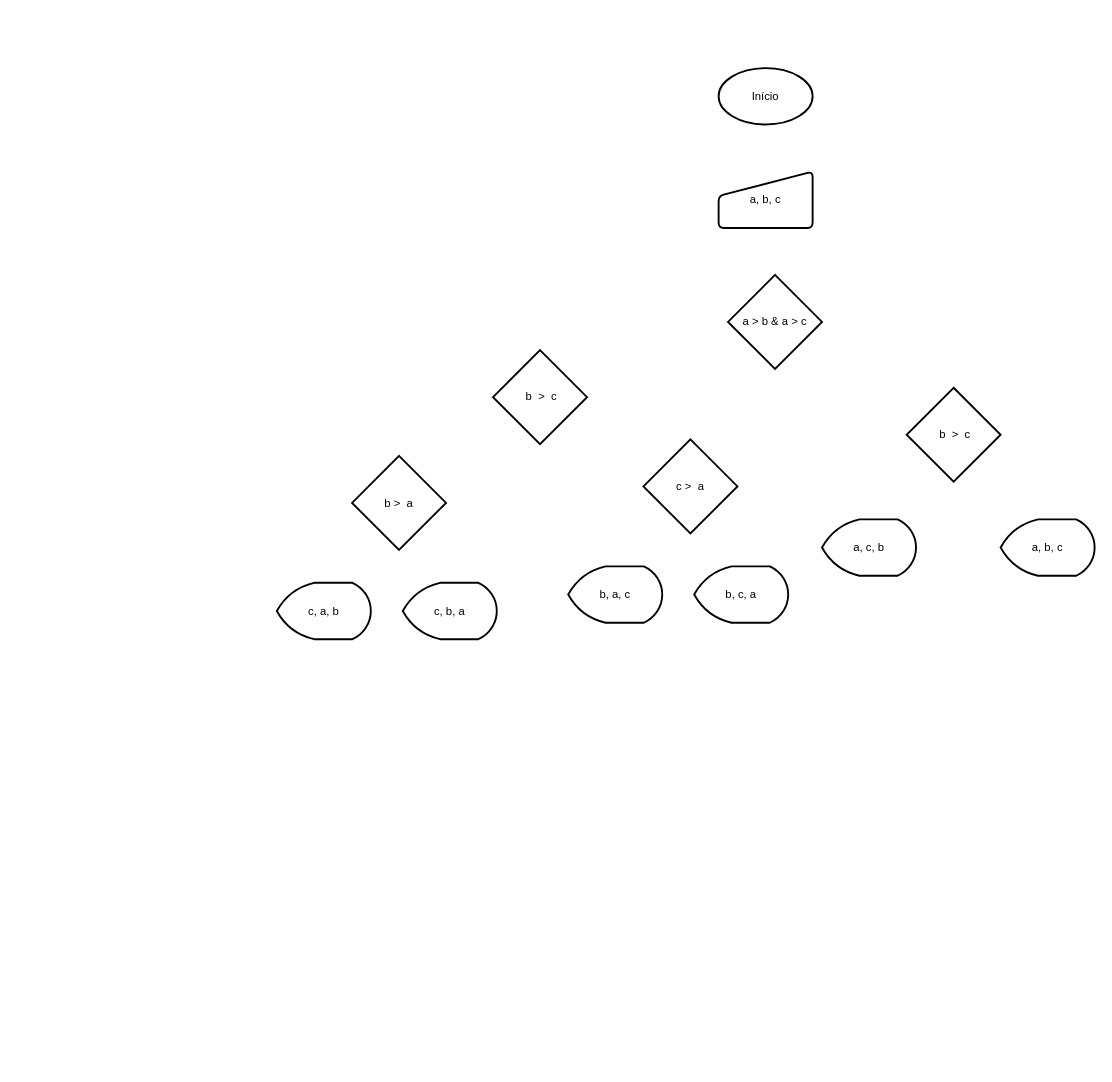
The draw.io diagram OrdenaçãoSimples.drawio in MarczalTSIGP/TSI31C-Flowcharts, before the edit. Source tidied: cells renumbered, new cells numbered last; positions are measured from the earlier drawing's top-left corner, leaving out a move shared by most shapes. Both pictures are drawn from the tidied source at 94%, with x=0, y=0 at pixel (276, 68).
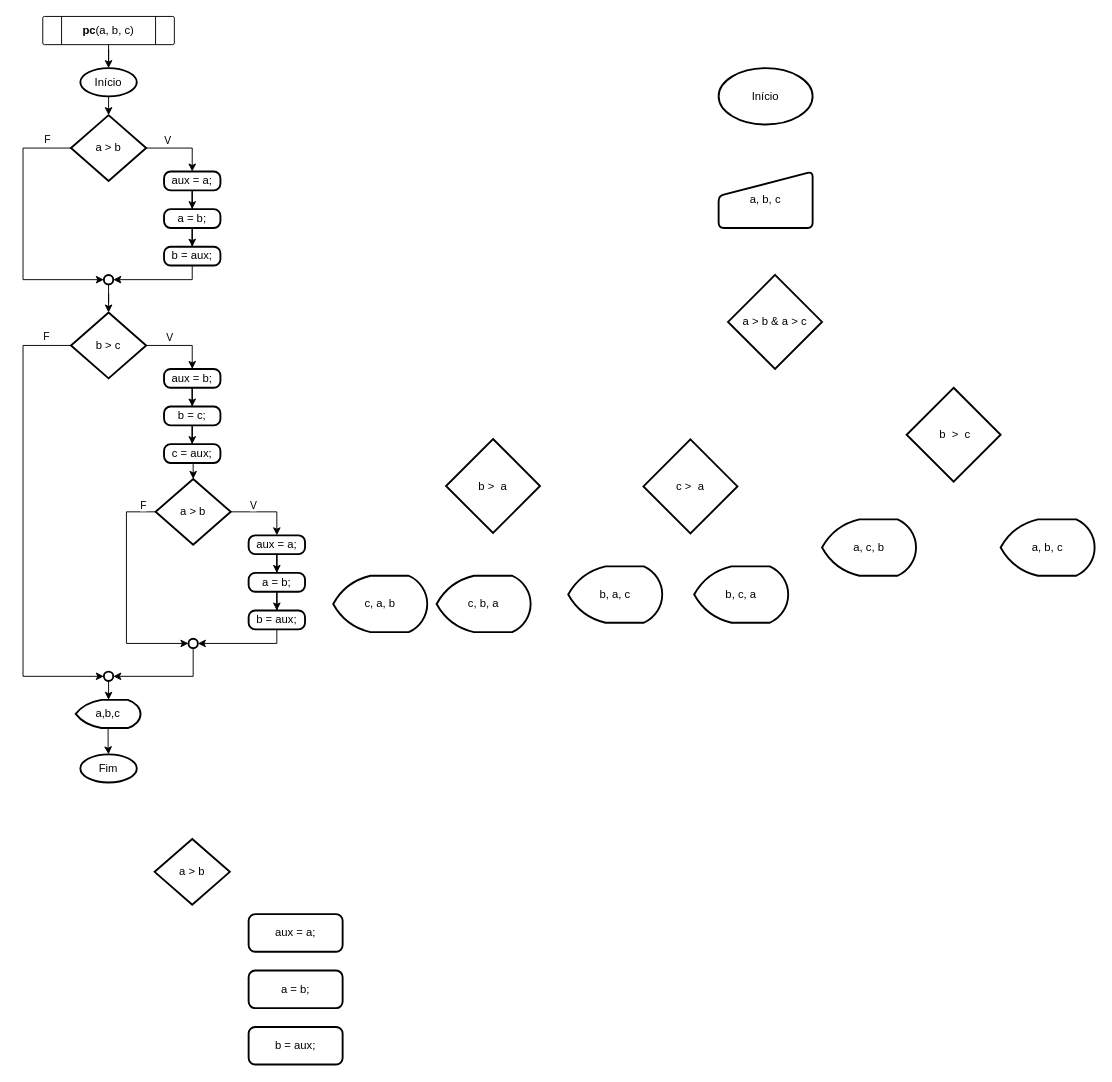
After the change.

The edit, as a diff of the source:
```diff
@@
+    <mxCell id="15" style="edgeStyle=orthogonalEdgeStyle;rounded=0;jettySize=auto;html=1;exitX=1;exitY=0.5;exitDx=0;exitDy=0;exitPerimeter=0;" parent="1" edge="1" source="8" target="25">
+      <mxGeometry relative="1" as="geometry">
+        <Array as="points">
+          <mxPoint x="-90" y="85" />
+        </Array>
+      </mxGeometry>
+    </mxCell>
+    <mxCell id="16" value="V" style="edgeLabel;html=1;align=center;verticalAlign=middle;" parent="15" vertex="1">
+      <mxGeometry x="-0.4" y="3" relative="1" as="geometry">
+        <mxPoint y="-6" as="offset" />
+      </mxGeometry>
+    </mxCell>
+    <mxCell id="17" style="edgeStyle=orthogonalEdgeStyle;rounded=0;jettySize=auto;html=1;entryX=0;entryY=0.5;entryDx=0;entryDy=0;entryPerimeter=0;" parent="1" edge="1" source="8" target="35">
+      <mxGeometry relative="1" as="geometry">
+        <Array as="points">
+          <mxPoint x="-270" y="85" />
+          <mxPoint x="-270" y="225" />
+        </Array>
+      </mxGeometry>
+    </mxCell>
+    <mxCell id="18" value="F" style="edgeLabel;html=1;align=center;verticalAlign=middle;" parent="17" vertex="1">
+      <mxGeometry x="-0.81" y="-3" relative="1" as="geometry">
+        <mxPoint y="-7" as="offset" />
+      </mxGeometry>
+    </mxCell>
-    <mxCell id="8" value="&amp;nbsp;b&amp;nbsp; &amp;gt;&amp;nbsp; c" style="strokeWidth=2;html=1;shape=mxgraph.flowchart.decision;whiteSpace=wrap;" parent="1" vertex="1">
-      <mxGeometry x="230" y="300" width="100" height="100" as="geometry" />
+    <mxCell id="8" value="a &amp;gt; b" style="strokeWidth=2;html=1;shape=mxgraph.flowchart.decision;whiteSpace=wrap;" parent="1" vertex="1">
+      <mxGeometry x="-219" y="50" width="80" height="70" as="geometry" />
     </mxCell>
@@
     <mxCell id="12" value="b &amp;gt;&amp;nbsp; a" style="strokeWidth=2;html=1;shape=mxgraph.flowchart.decision;whiteSpace=wrap;" parent="1" vertex="1">
-      <mxGeometry x="80" y="412.5" width="100" height="100" as="geometry" />
+      <mxGeometry x="180" y="394.5" width="100" height="100" as="geometry" />
     </mxCell>
     <mxCell id="13" value="c, a, b" style="strokeWidth=2;html=1;shape=mxgraph.flowchart.display;whiteSpace=wrap;" parent="1" vertex="1">
-      <mxGeometry y="547.5" width="100" height="60" as="geometry" />
+      <mxGeometry x="60" y="540" width="100" height="60" as="geometry" />
     </mxCell>
     <mxCell id="14" value="c, b, a" style="strokeWidth=2;html=1;shape=mxgraph.flowchart.display;whiteSpace=wrap;" parent="1" vertex="1">
-      <mxGeometry x="134" y="547.5" width="100" height="60" as="geometry" />
+      <mxGeometry x="170" y="540" width="100" height="60" as="geometry" />
     </mxCell>
+    <mxCell id="19" style="edgeStyle=orthogonalEdgeStyle;rounded=0;jettySize=auto;html=1;exitX=0.5;exitY=1;exitDx=0;exitDy=0;exitPerimeter=0;entryX=0.5;entryY=0;entryDx=0;entryDy=0;entryPerimeter=0;" parent="1" edge="1" source="20" target="8">
+      <mxGeometry relative="1" as="geometry" />
+    </mxCell>
+    <mxCell id="20" value="Início" style="strokeWidth=2;html=1;shape=mxgraph.flowchart.start_1;whiteSpace=wrap;" parent="1" vertex="1">
+      <mxGeometry x="-209" width="60" height="30" as="geometry" />
+    </mxCell>
+    <mxCell id="21" style="verticalLabelPosition=bottom;verticalAlign=top;html=1;shape=process;whiteSpace=wrap;rounded=1;size=0.14;arcSize=6;" parent="1" vertex="1">
+      <mxGeometry x="-249" y="-55" width="140" height="30" as="geometry" />
+    </mxCell>
+    <mxCell id="22" style="edgeStyle=orthogonalEdgeStyle;rounded=0;jettySize=auto;html=1;" parent="1" edge="1" source="23" target="20">
+      <mxGeometry relative="1" as="geometry" />
+    </mxCell>
+    <mxCell id="23" value="&lt;b&gt;pc&lt;/b&gt;(a, b, c)" style="text;html=1;strokeColor=none;fillColor=none;align=center;verticalAlign=middle;whiteSpace=wrap;rounded=0;" parent="1" vertex="1">
+      <mxGeometry x="-214" y="-55" width="70" height="30" as="geometry" />
+    </mxCell>
+    <mxCell id="24" style="edgeStyle=orthogonalEdgeStyle;rounded=0;jettySize=auto;html=1;entryX=0.5;entryY=0;entryDx=0;entryDy=0;" parent="1" edge="1" source="25" target="27">
+      <mxGeometry relative="1" as="geometry" />
+    </mxCell>
+    <mxCell id="25" value="aux = a;" style="rounded=1;whiteSpace=wrap;html=1;absoluteArcSize=1;arcSize=14;strokeWidth=2;" parent="1" vertex="1">
+      <mxGeometry x="-120" y="110" width="60" height="20" as="geometry" />
+    </mxCell>
+    <mxCell id="26" style="edgeStyle=orthogonalEdgeStyle;rounded=0;jettySize=auto;html=1;" parent="1" edge="1" source="27" target="33">
+      <mxGeometry relative="1" as="geometry" />
+    </mxCell>
+    <mxCell id="27" value="a = b;" style="rounded=1;whiteSpace=wrap;html=1;absoluteArcSize=1;arcSize=14;strokeWidth=2;" parent="1" vertex="1">
+      <mxGeometry x="-120" y="150" width="60" height="20" as="geometry" />
+    </mxCell>
+    <mxCell id="28" value="a &amp;gt; b" style="strokeWidth=2;html=1;shape=mxgraph.flowchart.decision;whiteSpace=wrap;" parent="1" vertex="1">
+      <mxGeometry x="-130" y="820" width="80" height="70" as="geometry" />
+    </mxCell>
+    <mxCell id="29" value="aux = a;" style="rounded=1;whiteSpace=wrap;html=1;absoluteArcSize=1;arcSize=14;strokeWidth=2;" parent="1" vertex="1">
+      <mxGeometry x="-30" y="900" width="100" height="40" as="geometry" />
+    </mxCell>
+    <mxCell id="30" value="a = b;" style="rounded=1;whiteSpace=wrap;html=1;absoluteArcSize=1;arcSize=14;strokeWidth=2;" parent="1" vertex="1">
+      <mxGeometry x="-30" y="960" width="100" height="40" as="geometry" />
+    </mxCell>
+    <mxCell id="31" value="b = aux;" style="rounded=1;whiteSpace=wrap;html=1;absoluteArcSize=1;arcSize=14;strokeWidth=2;" parent="1" vertex="1">
+      <mxGeometry x="-30" y="1020" width="100" height="40" as="geometry" />
+    </mxCell>
+    <mxCell id="32" style="edgeStyle=orthogonalEdgeStyle;rounded=0;jettySize=auto;html=1;entryX=1;entryY=0.5;entryDx=0;entryDy=0;entryPerimeter=0;" parent="1" edge="1" source="33" target="35">
+      <mxGeometry relative="1" as="geometry">
+        <Array as="points">
+          <mxPoint x="-90" y="225" />
+        </Array>
+      </mxGeometry>
+    </mxCell>
+    <mxCell id="33" value="b = aux;" style="rounded=1;whiteSpace=wrap;html=1;absoluteArcSize=1;arcSize=14;strokeWidth=2;" parent="1" vertex="1">
+      <mxGeometry x="-120" y="190" width="60" height="20" as="geometry" />
+    </mxCell>
+    <mxCell id="34" style="edgeStyle=orthogonalEdgeStyle;rounded=0;jettySize=auto;html=1;entryX=0.5;entryY=0;entryDx=0;entryDy=0;entryPerimeter=0;" parent="1" edge="1" source="35" target="40">
+      <mxGeometry relative="1" as="geometry" />
+    </mxCell>
+    <mxCell id="35" style="strokeWidth=2;html=1;shape=mxgraph.flowchart.start_2;whiteSpace=wrap;" parent="1" vertex="1">
+      <mxGeometry x="-184" y="220" width="10" height="10" as="geometry" />
+    </mxCell>
+    <mxCell id="36" style="edgeStyle=orthogonalEdgeStyle;rounded=0;jettySize=auto;html=1;exitX=1;exitY=0.5;exitDx=0;exitDy=0;exitPerimeter=0;" parent="1" edge="1" source="40" target="42">
+      <mxGeometry relative="1" as="geometry">
+        <Array as="points">
+          <mxPoint x="-90" y="295" />
+        </Array>
+      </mxGeometry>
+    </mxCell>
+    <mxCell id="37" value="V" style="edgeLabel;html=1;align=center;verticalAlign=middle;" parent="36" vertex="1">
+      <mxGeometry x="-0.34" relative="1" as="geometry">
+        <mxPoint y="-9" as="offset" />
+      </mxGeometry>
+    </mxCell>
+    <mxCell id="38" style="edgeStyle=orthogonalEdgeStyle;rounded=0;jettySize=auto;html=1;entryX=0;entryY=0.5;entryDx=0;entryDy=0;entryPerimeter=0;" parent="1" edge="1" source="40" target="61">
+      <mxGeometry relative="1" as="geometry">
+        <Array as="points">
+          <mxPoint x="-270" y="295" />
+          <mxPoint x="-270" y="647" />
+        </Array>
+      </mxGeometry>
+    </mxCell>
+    <mxCell id="39" value="F" style="edgeLabel;html=1;align=center;verticalAlign=middle;" parent="38" vertex="1">
+      <mxGeometry x="-0.89" y="-2" relative="1" as="geometry">
+        <mxPoint y="-8" as="offset" />
+      </mxGeometry>
+    </mxCell>
+    <mxCell id="40" value="b &amp;gt; c" style="strokeWidth=2;html=1;shape=mxgraph.flowchart.decision;whiteSpace=wrap;" parent="1" vertex="1">
+      <mxGeometry x="-219" y="260" width="80" height="70" as="geometry" />
+    </mxCell>
+    <mxCell id="41" style="edgeStyle=orthogonalEdgeStyle;rounded=0;jettySize=auto;html=1;entryX=0.5;entryY=0;entryDx=0;entryDy=0;" parent="1" edge="1" source="42" target="44">
+      <mxGeometry relative="1" as="geometry" />
+    </mxCell>
+    <mxCell id="42" value="aux = b;" style="rounded=1;whiteSpace=wrap;html=1;absoluteArcSize=1;arcSize=14;strokeWidth=2;" parent="1" vertex="1">
+      <mxGeometry x="-120" y="320" width="60" height="20" as="geometry" />
+    </mxCell>
+    <mxCell id="43" style="edgeStyle=orthogonalEdgeStyle;rounded=0;jettySize=auto;html=1;" parent="1" edge="1" source="44" target="46">
+      <mxGeometry relative="1" as="geometry" />
+    </mxCell>
+    <mxCell id="44" value="b = c;" style="rounded=1;whiteSpace=wrap;html=1;absoluteArcSize=1;arcSize=14;strokeWidth=2;" parent="1" vertex="1">
+      <mxGeometry x="-120" y="360" width="60" height="20" as="geometry" />
+    </mxCell>
+    <mxCell id="45" style="edgeStyle=orthogonalEdgeStyle;rounded=0;jettySize=auto;html=1;exitX=0.5;exitY=1;exitDx=0;exitDy=0;entryX=0.5;entryY=0;entryDx=0;entryDy=0;entryPerimeter=0;" parent="1" edge="1" source="46" target="59">
+      <mxGeometry relative="1" as="geometry" />
+    </mxCell>
+    <mxCell id="46" value="c = aux;" style="rounded=1;whiteSpace=wrap;html=1;absoluteArcSize=1;arcSize=14;strokeWidth=2;" parent="1" vertex="1">
+      <mxGeometry x="-120" y="400" width="60" height="20" as="geometry" />
+    </mxCell>
+    <mxCell id="47" style="edgeStyle=orthogonalEdgeStyle;rounded=0;jettySize=auto;html=1;exitX=1;exitY=0.5;exitDx=0;exitDy=0;exitPerimeter=0;" parent="1" edge="1" source="59" target="52">
+      <mxGeometry relative="1" as="geometry">
+        <Array as="points">
+          <mxPoint y="472" />
+        </Array>
+      </mxGeometry>
+    </mxCell>
+    <mxCell id="48" value="V" style="edgeLabel;html=1;align=center;verticalAlign=middle;" parent="47" vertex="1">
+      <mxGeometry x="-0.38" relative="1" as="geometry">
+        <mxPoint y="-8" as="offset" />
+      </mxGeometry>
+    </mxCell>
+    <mxCell id="49" style="edgeStyle=orthogonalEdgeStyle;rounded=0;jettySize=auto;html=1;entryX=0;entryY=0.5;entryDx=0;entryDy=0;entryPerimeter=0;" parent="1" edge="1" source="59" target="58">
+      <mxGeometry relative="1" as="geometry">
+        <Array as="points">
+          <mxPoint x="-160" y="472" />
+          <mxPoint x="-160" y="612" />
+        </Array>
+      </mxGeometry>
+    </mxCell>
+    <mxCell id="50" value="F" style="edgeLabel;html=1;align=center;verticalAlign=middle;" parent="49" vertex="1">
+      <mxGeometry x="-0.88" y="-3" relative="1" as="geometry">
+        <mxPoint y="-5" as="offset" />
+      </mxGeometry>
+    </mxCell>
+    <mxCell id="51" style="edgeStyle=orthogonalEdgeStyle;rounded=0;jettySize=auto;html=1;entryX=0.5;entryY=0;entryDx=0;entryDy=0;" parent="1" edge="1" source="52" target="54">
+      <mxGeometry relative="1" as="geometry" />
+    </mxCell>
+    <mxCell id="52" value="aux = a;" style="rounded=1;whiteSpace=wrap;html=1;absoluteArcSize=1;arcSize=14;strokeWidth=2;" parent="1" vertex="1">
+      <mxGeometry x="-30" y="497" width="60" height="20" as="geometry" />
+    </mxCell>
+    <mxCell id="53" style="edgeStyle=orthogonalEdgeStyle;rounded=0;jettySize=auto;html=1;" parent="1" edge="1" source="54" target="56">
+      <mxGeometry relative="1" as="geometry" />
+    </mxCell>
+    <mxCell id="54" value="a = b;" style="rounded=1;whiteSpace=wrap;html=1;absoluteArcSize=1;arcSize=14;strokeWidth=2;" parent="1" vertex="1">
+      <mxGeometry x="-30" y="537" width="60" height="20" as="geometry" />
+    </mxCell>
+    <mxCell id="55" style="edgeStyle=orthogonalEdgeStyle;rounded=0;jettySize=auto;html=1;entryX=1;entryY=0.5;entryDx=0;entryDy=0;entryPerimeter=0;" parent="1" edge="1" source="56" target="58">
+      <mxGeometry relative="1" as="geometry">
+        <Array as="points">
+          <mxPoint y="612" />
+        </Array>
+      </mxGeometry>
+    </mxCell>
+    <mxCell id="56" value="b = aux;" style="rounded=1;whiteSpace=wrap;html=1;absoluteArcSize=1;arcSize=14;strokeWidth=2;" parent="1" vertex="1">
+      <mxGeometry x="-30" y="577" width="60" height="20" as="geometry" />
+    </mxCell>
+    <mxCell id="57" style="edgeStyle=orthogonalEdgeStyle;rounded=0;jettySize=auto;html=1;entryX=1;entryY=0.5;entryDx=0;entryDy=0;entryPerimeter=0;" parent="1" edge="1" source="58" target="61">
+      <mxGeometry relative="1" as="geometry">
+        <Array as="points">
+          <mxPoint x="-89" y="647" />
+        </Array>
+      </mxGeometry>
+    </mxCell>
+    <mxCell id="58" style="strokeWidth=2;html=1;shape=mxgraph.flowchart.start_2;whiteSpace=wrap;" parent="1" vertex="1">
+      <mxGeometry x="-94" y="607" width="10" height="10" as="geometry" />
+    </mxCell>
+    <mxCell id="59" value="a &amp;gt; b" style="strokeWidth=2;html=1;shape=mxgraph.flowchart.decision;whiteSpace=wrap;" parent="1" vertex="1">
+      <mxGeometry x="-129" y="437" width="80" height="70" as="geometry" />
+    </mxCell>
+    <mxCell id="60" style="edgeStyle=orthogonalEdgeStyle;rounded=0;jettySize=auto;html=1;entryX=0.5;entryY=0;entryDx=0;entryDy=0;entryPerimeter=0;" parent="1" edge="1" source="61" target="63">
+      <mxGeometry relative="1" as="geometry" />
+    </mxCell>
+    <mxCell id="61" style="strokeWidth=2;html=1;shape=mxgraph.flowchart.start_2;whiteSpace=wrap;" parent="1" vertex="1">
+      <mxGeometry x="-184" y="642" width="10" height="10" as="geometry" />
+    </mxCell>
+    <mxCell id="62" style="edgeStyle=orthogonalEdgeStyle;rounded=0;jettySize=auto;html=1;entryX=0.5;entryY=0;entryDx=0;entryDy=0;entryPerimeter=0;" parent="1" edge="1" source="63" target="64">
+      <mxGeometry relative="1" as="geometry" />
+    </mxCell>
+    <mxCell id="63" value="a,b,c" style="strokeWidth=2;html=1;shape=mxgraph.flowchart.display;whiteSpace=wrap;" parent="1" vertex="1">
+      <mxGeometry x="-214" y="672" width="69" height="30" as="geometry" />
+    </mxCell>
+    <mxCell id="64" value="Fim" style="strokeWidth=2;html=1;shape=mxgraph.flowchart.start_1;whiteSpace=wrap;" parent="1" vertex="1">
+      <mxGeometry x="-209" y="730" width="60" height="30" as="geometry" />
+    </mxCell>
```
